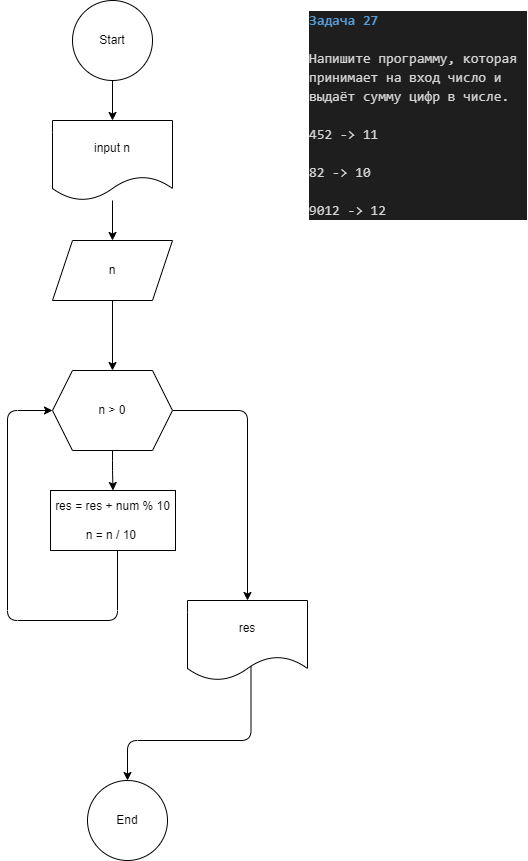
Above: Homework/Homework_04/Ex027/diagramma.drawio.png in dvmax1984/Csharp25022023 (draw.io), before the change. Source tidied: cells renumbered, new cells last; positions are measured from the earlier drawing's top-left corner, leaving out a move shared by most shapes. Source of this version:
```xml
<mxGraphModel>
  <root>
    <mxCell id="0" />
    <mxCell id="1" parent="0" />
    <mxCell id="2" value="&lt;div style=&quot;color: rgb(212, 212, 212); background-color: rgb(30, 30, 30); font-family: Consolas, &amp;quot;Courier New&amp;quot;, monospace; font-size: 14px; line-height: 19px;&quot;&gt;&lt;div&gt;&lt;span style=&quot;color: #569cd6;font-weight: bold;&quot;&gt;Задача 27&lt;/span&gt;&lt;/div&gt;&lt;br&gt;&lt;div&gt;Напишите программу, которая принимает на вход число и выдаёт сумму цифр в числе.&lt;/div&gt;&lt;div&gt;&lt;br&gt;&lt;/div&gt;&lt;div&gt;&lt;div style=&quot;line-height: 19px;&quot;&gt;&lt;div&gt;452 -&amp;gt; 11&lt;/div&gt;&lt;br&gt;&lt;div&gt;82 -&amp;gt; 10&lt;/div&gt;&lt;br&gt;&lt;div&gt;9012 -&amp;gt; 12&lt;/div&gt;&lt;/div&gt;&lt;/div&gt;&lt;/div&gt;" style="text;strokeColor=none;align=left;fillColor=none;html=1;verticalAlign=middle;whiteSpace=wrap;rounded=0;" parent="1" vertex="1">
      <mxGeometry x="300" y="10" width="220" height="210" as="geometry" />
    </mxCell>
    <mxCell id="3" style="edgeStyle=orthogonalEdgeStyle;html=1;" parent="1" edge="1" source="4" target="6">
      <mxGeometry relative="1" as="geometry" />
    </mxCell>
    <mxCell id="4" value="Start" style="ellipse;whiteSpace=wrap;html=1;" parent="1" vertex="1">
      <mxGeometry x="65" width="80" height="80" as="geometry" />
    </mxCell>
    <mxCell id="5" style="edgeStyle=orthogonalEdgeStyle;html=1;" parent="1" edge="1" source="6" target="8">
      <mxGeometry relative="1" as="geometry" />
    </mxCell>
    <mxCell id="6" value="input n" style="shape=document;whiteSpace=wrap;html=1;boundedLbl=1;" parent="1" vertex="1">
      <mxGeometry x="45" y="120" width="120" height="80" as="geometry" />
    </mxCell>
    <mxCell id="7" style="edgeStyle=orthogonalEdgeStyle;html=1;" parent="1" edge="1" source="8" target="13">
      <mxGeometry relative="1" as="geometry" />
    </mxCell>
    <mxCell id="8" value="n" style="shape=parallelogram;perimeter=parallelogramPerimeter;whiteSpace=wrap;html=1;fixedSize=1;" parent="1" vertex="1">
      <mxGeometry x="45" y="240" width="120" height="60" as="geometry" />
    </mxCell>
    <mxCell id="9" style="edgeStyle=orthogonalEdgeStyle;html=1;entryX=0;entryY=0.5;entryDx=0;entryDy=0;" parent="1" edge="1" source="10" target="13">
      <mxGeometry relative="1" as="geometry">
        <Array as="points">
          <mxPoint x="110" y="620" />
          <mxPoint y="620" />
          <mxPoint y="410" />
        </Array>
      </mxGeometry>
    </mxCell>
    <mxCell id="10" value="res = res + num % 10&lt;br&gt;&lt;br&gt;n = n / 10&amp;nbsp;" style="whiteSpace=wrap;html=1;" parent="1" vertex="1">
      <mxGeometry x="43" y="490" width="125" height="60" as="geometry" />
    </mxCell>
    <mxCell id="11" style="edgeStyle=orthogonalEdgeStyle;html=1;" parent="1" edge="1" source="13" target="10">
      <mxGeometry relative="1" as="geometry" />
    </mxCell>
    <mxCell id="12" style="edgeStyle=orthogonalEdgeStyle;html=1;exitX=1;exitY=0.5;exitDx=0;exitDy=0;entryX=0.5;entryY=0;entryDx=0;entryDy=0;" parent="1" edge="1" source="13" target="15">
      <mxGeometry relative="1" as="geometry" />
    </mxCell>
    <mxCell id="13" value="n &amp;gt; 0" style="shape=hexagon;perimeter=hexagonPerimeter2;whiteSpace=wrap;html=1;fixedSize=1;" parent="1" vertex="1">
      <mxGeometry x="45" y="370" width="120" height="80" as="geometry" />
    </mxCell>
    <mxCell id="14" style="edgeStyle=orthogonalEdgeStyle;html=1;exitX=0.529;exitY=0.818;exitDx=0;exitDy=0;exitPerimeter=0;" parent="1" edge="1" source="15" target="16">
      <mxGeometry relative="1" as="geometry">
        <Array as="points">
          <mxPoint x="244" y="740" />
          <mxPoint x="120" y="740" />
        </Array>
      </mxGeometry>
    </mxCell>
    <mxCell id="15" value="res" style="shape=document;whiteSpace=wrap;html=1;boundedLbl=1;" parent="1" vertex="1">
      <mxGeometry x="180" y="600" width="120" height="80" as="geometry" />
    </mxCell>
    <mxCell id="16" value="End" style="ellipse;whiteSpace=wrap;html=1;" parent="1" vertex="1">
      <mxGeometry x="80" y="780" width="80" height="80" as="geometry" />
    </mxCell>
  </root>
</mxGraphModel>
```
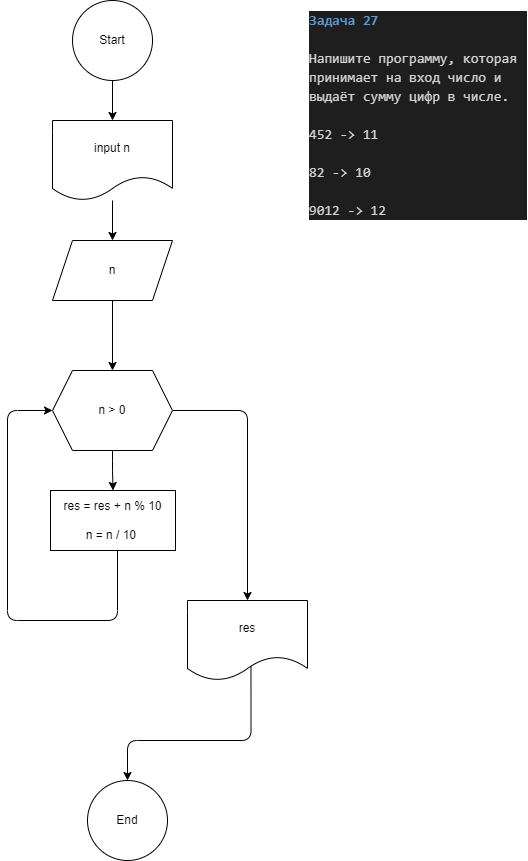
Above is the later version.

Commit message:
Решил задачу 27 методами и классами + merge

The edit, as a diff of the source:
```diff
@@ -32,7 +32,7 @@
         </Array>
       </mxGeometry>
     </mxCell>
-    <mxCell id="10" value="res = res + num % 10&lt;br&gt;&lt;br&gt;n = n / 10&amp;nbsp;" style="whiteSpace=wrap;html=1;" parent="1" vertex="1">
+    <mxCell id="10" value="res = res + n % 10&lt;br&gt;&lt;br&gt;n = n / 10&amp;nbsp;" style="whiteSpace=wrap;html=1;" parent="1" vertex="1">
       <mxGeometry x="43" y="490" width="125" height="60" as="geometry" />
     </mxCell>
     <mxCell id="11" style="edgeStyle=orthogonalEdgeStyle;html=1;" parent="1" edge="1" source="13" target="10">
```
